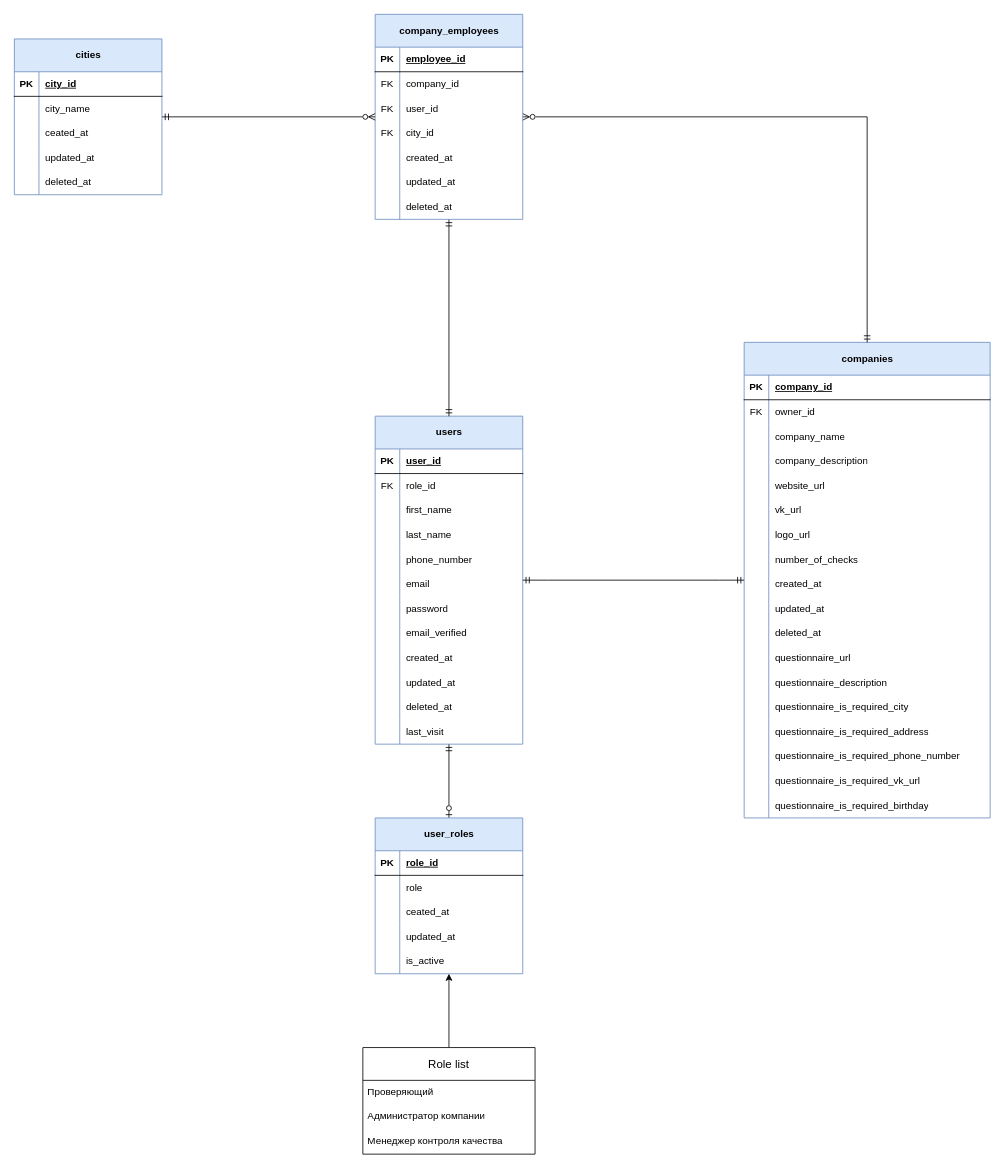
This is db-schema.drawio from kuznetsovsky/stealth-check-api, a draw.io file, before an edit. Source tidied: cells renumbered, new cells numbered last; positions are measured from the earlier drawing's top-left corner, leaving out a move shared by most shapes. Both pictures are drawn from the tidied source at 82%, with x=0, y=0 at pixel (14, 14).
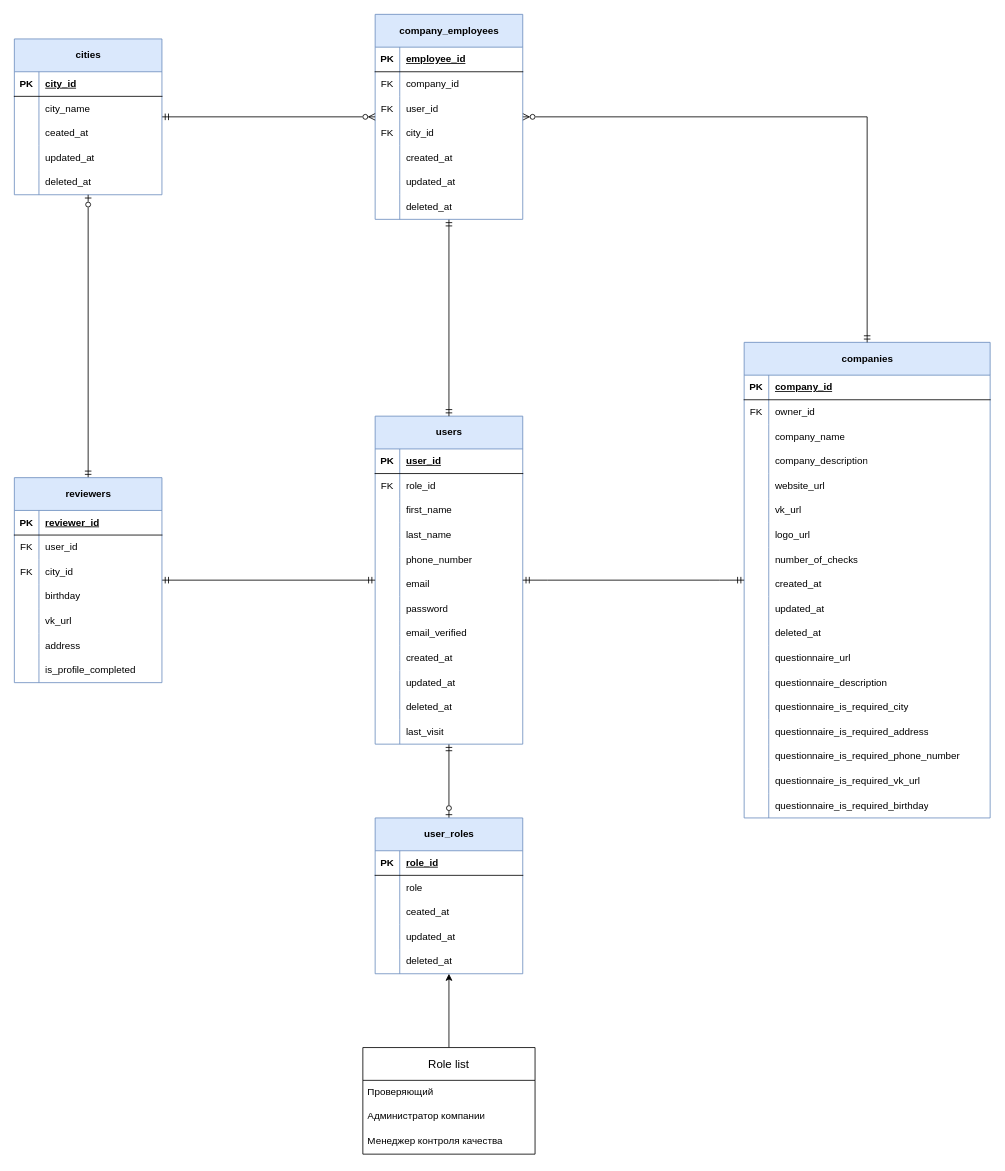
The same page after the edit.

Commit message:
chore: create reviewers table schema

Unchanged cells that the change refers to:
```xml
<mxCell id="3" value="users" style="shape=table;startSize=40;childLayout=tableLayout;rowLines=0;fontStyle=1;align=center;html=1;fillColor=#dae8fc;strokeColor=#6c8ebf;" parent="1" vertex="1">
  <mxGeometry x="440" y="490" width="180" height="400" as="geometry" />
</mxCell>
<mxCell id="53" style="shape=tableRow;horizontal=0;startSize=0;swimlaneHead=0;swimlaneBody=0;fillColor=none;top=0;left=0;right=0;bottom=0;" parent="40" vertex="1">
  <mxGeometry y="160" width="180" height="30" as="geometry" />
</mxCell>
<mxCell id="142" value="cities" style="shape=table;startSize=40;childLayout=tableLayout;rowLines=0;fontStyle=1;align=center;html=1;fillColor=#dae8fc;strokeColor=#6c8ebf;" parent="1" vertex="1">
  <mxGeometry y="30" width="180" height="190" as="geometry" />
</mxCell>
```

What changed in the source:
```diff
@@
-    <mxCell id="55" value="is_active" style="shape=partialRectangle;fillColor=none;top=0;left=0;bottom=0;right=0;align=left;spacingLeft=6;overflow=hidden;whiteSpace=wrap;html=1;" parent="53" vertex="1">
+    <mxCell id="55" value="deleted_at" style="shape=partialRectangle;fillColor=none;top=0;left=0;bottom=0;right=0;align=left;spacingLeft=6;overflow=hidden;whiteSpace=wrap;html=1;" parent="53" vertex="1">
       <mxGeometry x="30" width="150" height="30" as="geometry" />
     </mxCell>
@@
+    <mxCell id="158" style="edgeStyle=orthogonalEdgeStyle;rounded=0;jettySize=auto;html=1;endArrow=ERzeroToOne;endFill=0;startArrow=ERmandOne;startFill=0;" parent="1" edge="1" source="160" target="142">
+      <mxGeometry relative="1" as="geometry" />
+    </mxCell>
+    <mxCell id="159" style="edgeStyle=orthogonalEdgeStyle;rounded=0;jettySize=auto;html=1;startArrow=ERmandOne;startFill=0;endArrow=ERmandOne;endFill=0;" parent="1" edge="1" source="160" target="3">
+      <mxGeometry relative="1" as="geometry" />
+    </mxCell>
+    <mxCell id="160" value="reviewers" style="shape=table;startSize=40;childLayout=tableLayout;rowLines=0;fontStyle=1;align=center;html=1;fillColor=#dae8fc;strokeColor=#6c8ebf;" parent="1" vertex="1">
+      <mxGeometry y="565" width="180" height="250" as="geometry" />
+    </mxCell>
+    <mxCell id="161" style="shape=tableRow;horizontal=0;startSize=0;swimlaneHead=0;swimlaneBody=0;fillColor=none;top=0;left=0;right=0;bottom=1;" parent="160" vertex="1">
+      <mxGeometry y="40" width="180" height="30" as="geometry" />
+    </mxCell>
+    <mxCell id="162" value="PK" style="shape=partialRectangle;fillColor=none;top=0;left=0;bottom=0;right=0;fontStyle=1;overflow=hidden;whiteSpace=wrap;html=1;" parent="161" vertex="1">
+      <mxGeometry width="30" height="30" as="geometry" />
+    </mxCell>
+    <mxCell id="163" value="&lt;span style=&quot;text-align: center; text-wrap-mode: nowrap;&quot;&gt;reviewer&lt;/span&gt;_id" style="shape=partialRectangle;fillColor=none;top=0;left=0;bottom=0;right=0;align=left;spacingLeft=6;fontStyle=5;overflow=hidden;whiteSpace=wrap;html=1;" parent="161" vertex="1">
+      <mxGeometry x="30" width="150" height="30" as="geometry" />
+    </mxCell>
+    <mxCell id="164" style="shape=tableRow;horizontal=0;startSize=0;swimlaneHead=0;swimlaneBody=0;fillColor=none;top=0;left=0;right=0;bottom=0;" parent="160" vertex="1">
+      <mxGeometry y="70" width="180" height="30" as="geometry" />
+    </mxCell>
+    <mxCell id="165" value="FK" style="shape=partialRectangle;fillColor=none;top=0;left=0;bottom=0;right=0;overflow=hidden;whiteSpace=wrap;html=1;" parent="164" vertex="1">
+      <mxGeometry width="30" height="30" as="geometry" />
+    </mxCell>
+    <mxCell id="166" value="user_id" style="shape=partialRectangle;fillColor=none;top=0;left=0;bottom=0;right=0;align=left;spacingLeft=6;overflow=hidden;whiteSpace=wrap;html=1;" parent="164" vertex="1">
+      <mxGeometry x="30" width="150" height="30" as="geometry" />
+    </mxCell>
+    <mxCell id="167" style="shape=tableRow;horizontal=0;startSize=0;swimlaneHead=0;swimlaneBody=0;fillColor=none;top=0;left=0;right=0;bottom=0;" parent="160" vertex="1">
+      <mxGeometry y="100" width="180" height="30" as="geometry" />
+    </mxCell>
+    <mxCell id="168" value="FK" style="shape=partialRectangle;fillColor=none;top=0;left=0;bottom=0;right=0;overflow=hidden;whiteSpace=wrap;html=1;" parent="167" vertex="1">
+      <mxGeometry width="30" height="30" as="geometry" />
+    </mxCell>
+    <mxCell id="169" value="city_id" style="shape=partialRectangle;fillColor=none;top=0;left=0;bottom=0;right=0;align=left;spacingLeft=6;overflow=hidden;whiteSpace=wrap;html=1;" parent="167" vertex="1">
+      <mxGeometry x="30" width="150" height="30" as="geometry" />
+    </mxCell>
+    <mxCell id="170" style="shape=tableRow;horizontal=0;startSize=0;swimlaneHead=0;swimlaneBody=0;fillColor=none;top=0;left=0;right=0;bottom=0;" parent="160" vertex="1">
+      <mxGeometry y="130" width="180" height="30" as="geometry" />
+    </mxCell>
+    <mxCell id="171" style="shape=partialRectangle;fillColor=none;top=0;left=0;bottom=0;right=0;overflow=hidden;whiteSpace=wrap;html=1;" parent="170" vertex="1">
+      <mxGeometry width="30" height="30" as="geometry" />
+    </mxCell>
+    <mxCell id="172" value="birthday" style="shape=partialRectangle;fillColor=none;top=0;left=0;bottom=0;right=0;align=left;spacingLeft=6;overflow=hidden;whiteSpace=wrap;html=1;" parent="170" vertex="1">
+      <mxGeometry x="30" width="150" height="30" as="geometry" />
+    </mxCell>
+    <mxCell id="173" style="shape=tableRow;horizontal=0;startSize=0;swimlaneHead=0;swimlaneBody=0;fillColor=none;top=0;left=0;right=0;bottom=0;" parent="160" vertex="1">
+      <mxGeometry y="160" width="180" height="30" as="geometry" />
+    </mxCell>
+    <mxCell id="174" style="shape=partialRectangle;fillColor=none;top=0;left=0;bottom=0;right=0;overflow=hidden;whiteSpace=wrap;html=1;" parent="173" vertex="1">
+      <mxGeometry width="30" height="30" as="geometry" />
+    </mxCell>
+    <mxCell id="175" value="vk_url" style="shape=partialRectangle;fillColor=none;top=0;left=0;bottom=0;right=0;align=left;spacingLeft=6;overflow=hidden;whiteSpace=wrap;html=1;" parent="173" vertex="1">
+      <mxGeometry x="30" width="150" height="30" as="geometry" />
+    </mxCell>
+    <mxCell id="176" style="shape=tableRow;horizontal=0;startSize=0;swimlaneHead=0;swimlaneBody=0;fillColor=none;top=0;left=0;right=0;bottom=0;" parent="160" vertex="1">
+      <mxGeometry y="190" width="180" height="30" as="geometry" />
+    </mxCell>
+    <mxCell id="177" style="shape=partialRectangle;fillColor=none;top=0;left=0;bottom=0;right=0;overflow=hidden;whiteSpace=wrap;html=1;" parent="176" vertex="1">
+      <mxGeometry width="30" height="30" as="geometry" />
+    </mxCell>
+    <mxCell id="178" value="address" style="shape=partialRectangle;fillColor=none;top=0;left=0;bottom=0;right=0;align=left;spacingLeft=6;overflow=hidden;whiteSpace=wrap;html=1;" parent="176" vertex="1">
+      <mxGeometry x="30" width="150" height="30" as="geometry" />
+    </mxCell>
+    <mxCell id="179" style="shape=tableRow;horizontal=0;startSize=0;swimlaneHead=0;swimlaneBody=0;fillColor=none;top=0;left=0;right=0;bottom=0;" parent="160" vertex="1">
+      <mxGeometry y="220" width="180" height="30" as="geometry" />
+    </mxCell>
+    <mxCell id="180" style="shape=partialRectangle;fillColor=none;top=0;left=0;bottom=0;right=0;overflow=hidden;whiteSpace=wrap;html=1;" parent="179" vertex="1">
+      <mxGeometry width="30" height="30" as="geometry" />
+    </mxCell>
+    <mxCell id="181" value="is_profile_completed" style="shape=partialRectangle;fillColor=none;top=0;left=0;bottom=0;right=0;align=left;spacingLeft=6;overflow=hidden;whiteSpace=wrap;html=1;" parent="179" vertex="1">
+      <mxGeometry x="30" width="150" height="30" as="geometry" />
+    </mxCell>
```
